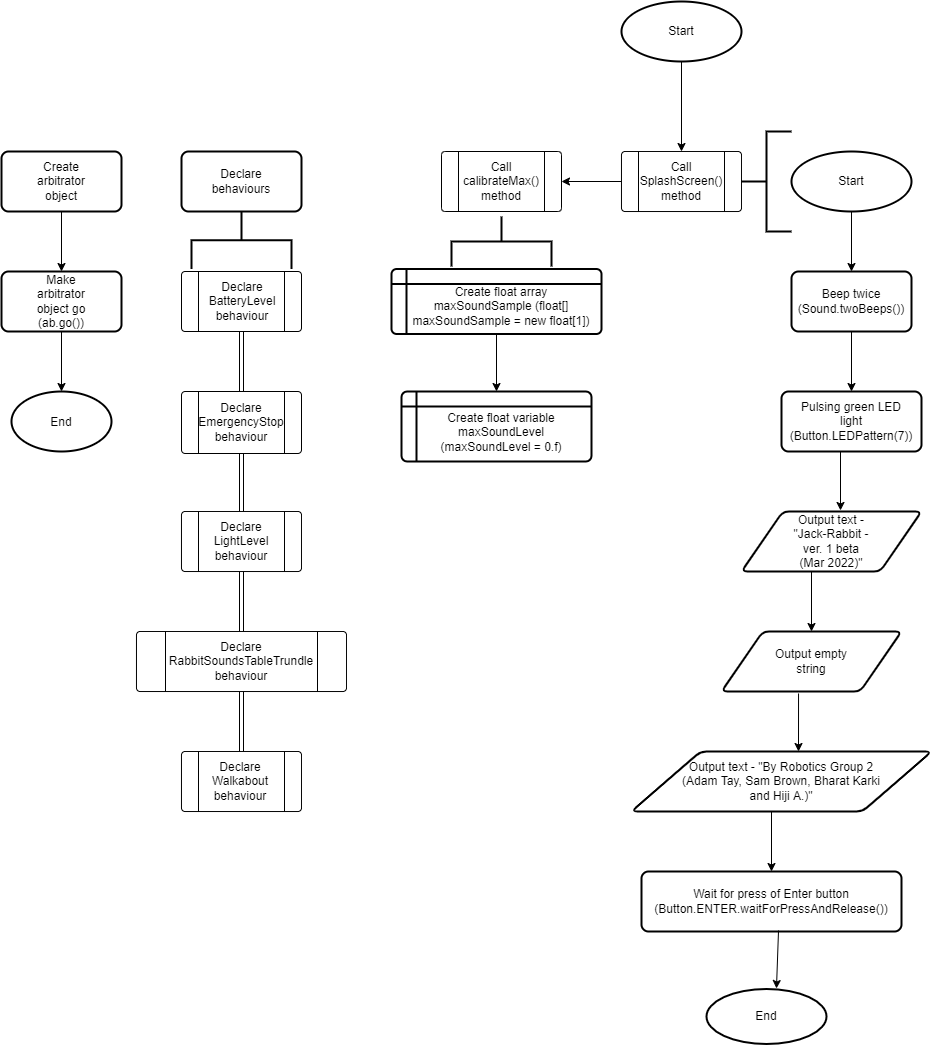
Above: Final submission/ControlFlow.png in XLmT09/Bunny-Robot (draw.io), before the change. Source tidied: cells renumbered, new cells last; positions are measured from the earlier drawing's top-left corner, leaving out a move shared by most shapes.
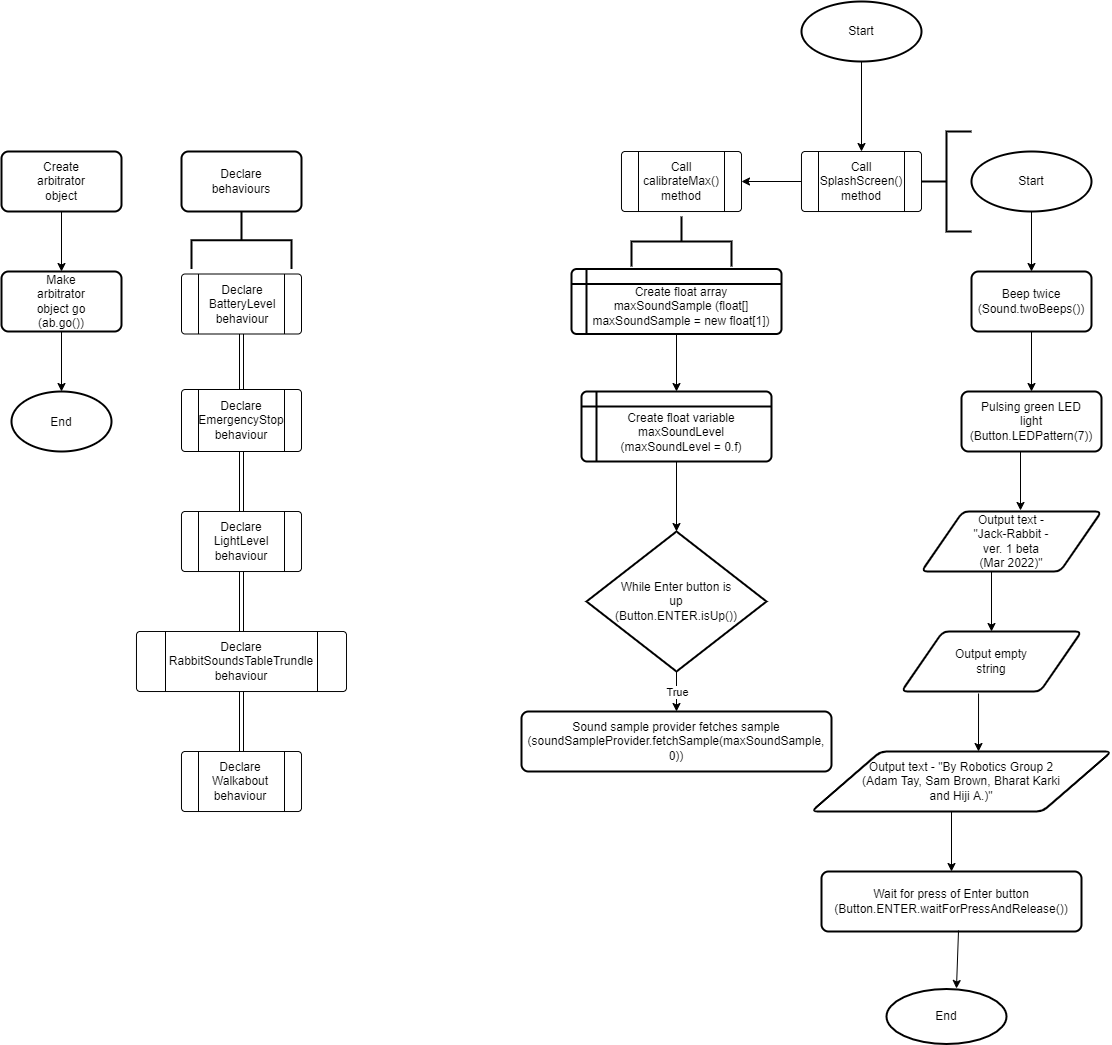
Above is the later version.

Change to the diagram source:
```diff
@@ -120,7 +120,7 @@
       </mxGeometry>
     </mxCell>
     <mxCell id="37" style="group;" parent="1" vertex="1">
-      <mxGeometry x="180" y="150" width="120" height="117.5" as="geometry" />
+      <mxGeometry y="150" width="120" height="117.5" as="geometry" />
     </mxCell>
     <mxCell id="38" style="group;" parent="37" vertex="1">
       <mxGeometry width="120" height="100" as="geometry" />
@@ -138,7 +138,7 @@
       <mxGeometry x="31.2" y="38.8" width="57.5" height="100" as="geometry" />
     </mxCell>
     <mxCell id="43" style="group;" parent="1" vertex="1">
-      <mxGeometry x="180" y="390" width="120" height="62" as="geometry" />
+      <mxGeometry y="388" width="120" height="62" as="geometry" />
     </mxCell>
     <mxCell id="44" style="verticalLabelPosition=bottom;verticalAlign=top;html=1;shape=process;whiteSpace=wrap;rounded=1;size=0.14;arcSize=6;hachureGap=4;" parent="43" vertex="1">
       <mxGeometry width="120" height="62" as="geometry" />
@@ -147,7 +147,7 @@
       <mxGeometry x="30" y="16" width="60" height="30" as="geometry" />
     </mxCell>
     <mxCell id="46" style="group;" parent="1" vertex="1">
-      <mxGeometry x="180" y="270" width="120" height="60" as="geometry" />
+      <mxGeometry y="272.5" width="120" height="60" as="geometry" />
     </mxCell>
     <mxCell id="47" style="verticalLabelPosition=bottom;verticalAlign=top;html=1;shape=process;whiteSpace=wrap;rounded=1;size=0.14;arcSize=6;hachureGap=4;" parent="46" vertex="1">
       <mxGeometry width="120" height="60" as="geometry" />
@@ -159,7 +159,7 @@
       <mxGeometry relative="1" as="geometry" />
     </mxCell>
     <mxCell id="50" style="group;" parent="1" vertex="1">
-      <mxGeometry x="135" y="630" width="210" height="60" as="geometry" />
+      <mxGeometry x="-45" y="630" width="210" height="60" as="geometry" />
     </mxCell>
     <mxCell id="51" style="verticalLabelPosition=bottom;verticalAlign=top;html=1;shape=process;whiteSpace=wrap;rounded=1;size=0.14;arcSize=6;hachureGap=4;" parent="50" vertex="1">
       <mxGeometry width="210" height="60" as="geometry" />
@@ -168,7 +168,7 @@
       <mxGeometry x="75" y="15" width="60" height="30" as="geometry" />
     </mxCell>
     <mxCell id="53" style="group;" parent="1" vertex="1">
-      <mxGeometry y="150" width="120" height="100" as="geometry" />
+      <mxGeometry x="-180" y="150" width="120" height="100" as="geometry" />
     </mxCell>
     <mxCell id="54" style="rounded=1;whiteSpace=wrap;html=1;absoluteArcSize=1;arcSize=14;strokeWidth=2;hachureGap=4;" parent="53" vertex="1">
       <mxGeometry width="120" height="60" as="geometry" />
@@ -180,7 +180,7 @@
       <mxGeometry relative="1" as="geometry" />
     </mxCell>
     <mxCell id="57" style="group;" parent="1" vertex="1">
-      <mxGeometry y="270" width="120" height="100" as="geometry" />
+      <mxGeometry x="-180" y="270" width="120" height="100" as="geometry" />
     </mxCell>
     <mxCell id="58" style="rounded=1;whiteSpace=wrap;html=1;absoluteArcSize=1;arcSize=14;strokeWidth=2;hachureGap=4;" parent="57" vertex="1">
       <mxGeometry width="120" height="60" as="geometry" />
@@ -189,7 +189,7 @@
       <mxGeometry x="30" y="15" width="60" height="30" as="geometry" />
     </mxCell>
     <mxCell id="60" style="group;" parent="1" vertex="1">
-      <mxGeometry x="180" y="510" width="120" height="60" as="geometry" />
+      <mxGeometry y="510" width="120" height="60" as="geometry" />
     </mxCell>
     <mxCell id="61" style="verticalLabelPosition=bottom;verticalAlign=top;html=1;shape=process;whiteSpace=wrap;rounded=1;size=0.14;arcSize=6;hachureGap=4;" parent="60" vertex="1">
       <mxGeometry width="120" height="60" as="geometry" />
@@ -204,7 +204,7 @@
       <mxGeometry relative="1" as="geometry" />
     </mxCell>
     <mxCell id="65" style="group;" parent="1" vertex="1">
-      <mxGeometry x="180" y="750" width="120" height="60" as="geometry" />
+      <mxGeometry y="750" width="120" height="60" as="geometry" />
     </mxCell>
     <mxCell id="66" style="verticalLabelPosition=bottom;verticalAlign=top;html=1;shape=process;whiteSpace=wrap;rounded=1;size=0.14;arcSize=6;hachureGap=4;" parent="65" vertex="1">
       <mxGeometry width="120" height="60" as="geometry" />
@@ -225,7 +225,7 @@
       <mxGeometry x="30" y="12.5" width="60" height="30" as="geometry" />
     </mxCell>
     <mxCell id="72" style="group;" parent="1" vertex="1">
-      <mxGeometry x="10" y="390" width="100" height="60" as="geometry" />
+      <mxGeometry x="-170" y="390" width="100" height="60" as="geometry" />
     </mxCell>
     <mxCell id="73" style="strokeWidth=2;html=1;shape=mxgraph.flowchart.start_1;whiteSpace=wrap;hachureGap=4;" parent="72" vertex="1">
       <mxGeometry width="100" height="60" as="geometry" />
@@ -269,5 +269,32 @@
     <mxCell id="86" style="endArrow=classic;html=1;rounded=0;sourcePerimeterSpacing=8;targetPerimeterSpacing=8;curved=1;entryX=0.5;entryY=0;entryDx=0;entryDy=0;exitX=0.5;exitY=1;exitDx=0;exitDy=0;" parent="1" edge="1" source="81" target="84">
       <mxGeometry relative="1" as="geometry" />
     </mxCell>
+    <mxCell id="87" style="group;" parent="1" vertex="1">
+      <mxGeometry x="405" y="530" width="180" height="140" as="geometry" />
+    </mxCell>
+    <mxCell id="88" style="strokeWidth=2;html=1;shape=mxgraph.flowchart.decision;whiteSpace=wrap;hachureGap=4;" parent="87" vertex="1">
+      <mxGeometry width="180" height="140" as="geometry" />
+    </mxCell>
+    <mxCell id="89" value="While Enter button is up (Button.ENTER.isUp())" style="text;html=1;strokeColor=none;fillColor=none;align=center;verticalAlign=middle;whiteSpace=wrap;rounded=0;hachureGap=4;" parent="87" vertex="1">
+      <mxGeometry x="60" y="55" width="60" height="30" as="geometry" />
+    </mxCell>
+    <mxCell id="90" style="endArrow=classic;html=1;rounded=0;sourcePerimeterSpacing=8;targetPerimeterSpacing=8;curved=1;entryX=0.5;entryY=0;entryDx=0;entryDy=0;entryPerimeter=0;exitX=0.5;exitY=1;exitDx=0;exitDy=0;" parent="1" edge="1" source="84" target="88">
+      <mxGeometry relative="1" as="geometry" />
+    </mxCell>
+    <mxCell id="91" style="group;" parent="1" vertex="1">
+      <mxGeometry x="340" y="710" width="310" height="60" as="geometry" />
+    </mxCell>
+    <mxCell id="92" style="rounded=1;whiteSpace=wrap;html=1;absoluteArcSize=1;arcSize=14;strokeWidth=2;hachureGap=4;" parent="91" vertex="1">
+      <mxGeometry width="310" height="60" as="geometry" />
+    </mxCell>
+    <mxCell id="93" value="Sound sample provider fetches sample (soundSampleProvider.fetchSample(maxSoundSample, 0))" style="text;html=1;strokeColor=none;fillColor=none;align=center;verticalAlign=middle;whiteSpace=wrap;rounded=0;hachureGap=4;" parent="91" vertex="1">
+      <mxGeometry x="125" y="15" width="60" height="30" as="geometry" />
+    </mxCell>
+    <mxCell id="94" style="endArrow=classic;html=1;rounded=0;sourcePerimeterSpacing=8;targetPerimeterSpacing=8;curved=1;entryX=0.5;entryY=0;entryDx=0;entryDy=0;exitX=0.5;exitY=1;exitDx=0;exitDy=0;exitPerimeter=0;" parent="1" edge="1" source="88" target="92">
+      <mxGeometry relative="1" as="geometry" />
+    </mxCell>
+    <mxCell id="95" value="True" style="edgeLabel;html=1;align=center;verticalAlign=middle;hachureGap=4;" parent="94" vertex="1">
+      <mxGeometry relative="1" as="geometry" />
+    </mxCell>
   </root>
 </mxGraphModel>
```
